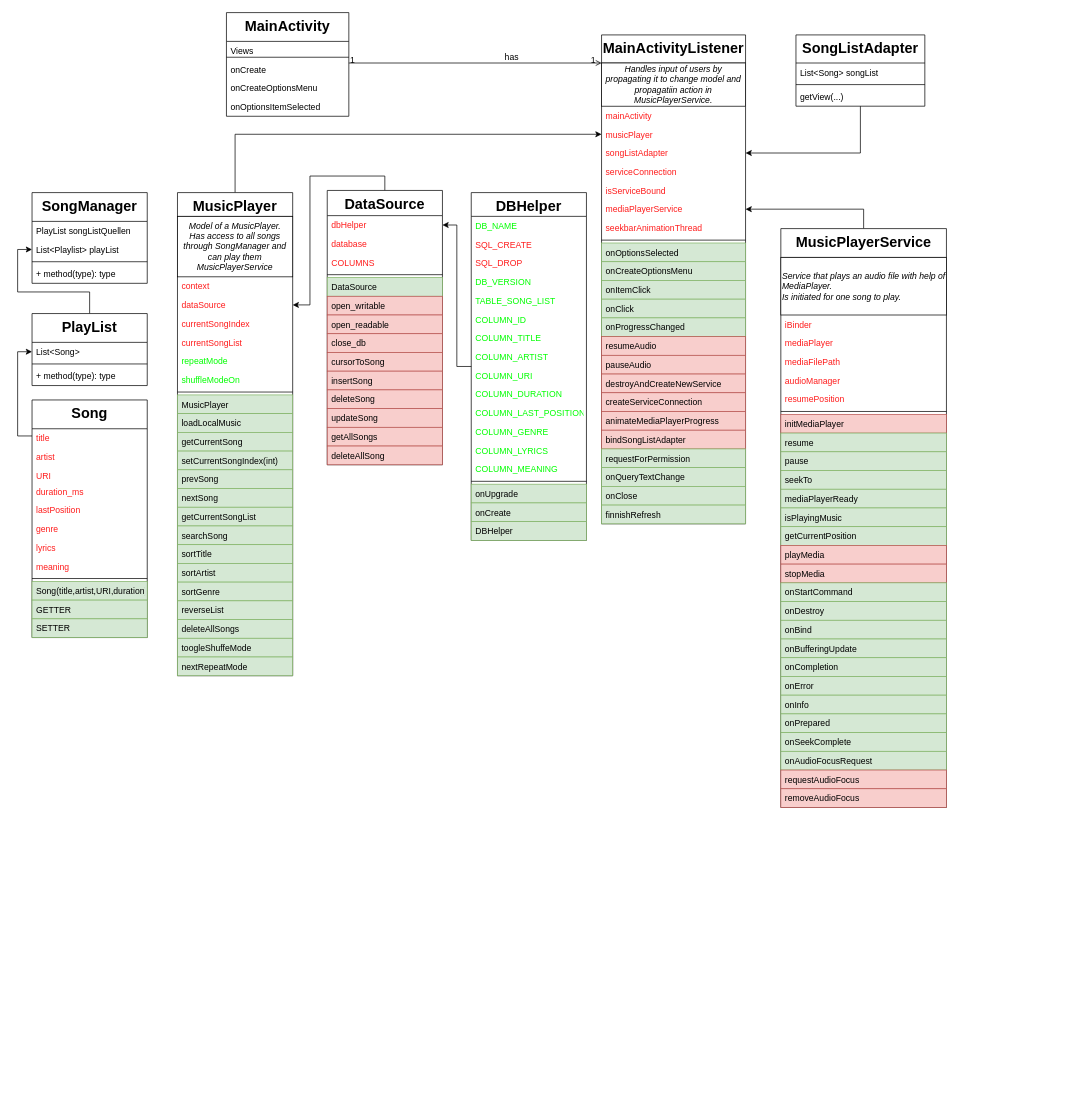
Above: Untitled Diagram.drawio in JohannesGrobelski/MoonstoneMusicPlayer (draw.io), before the change. Source tidied: cells renumbered, new cells numbered last; positions are measured from the earlier drawing's top-left corner, leaving out a move shared by most shapes. Both pictures are drawn from the tidied source at 72%, with x=0, y=0 at pixel (17, 12).
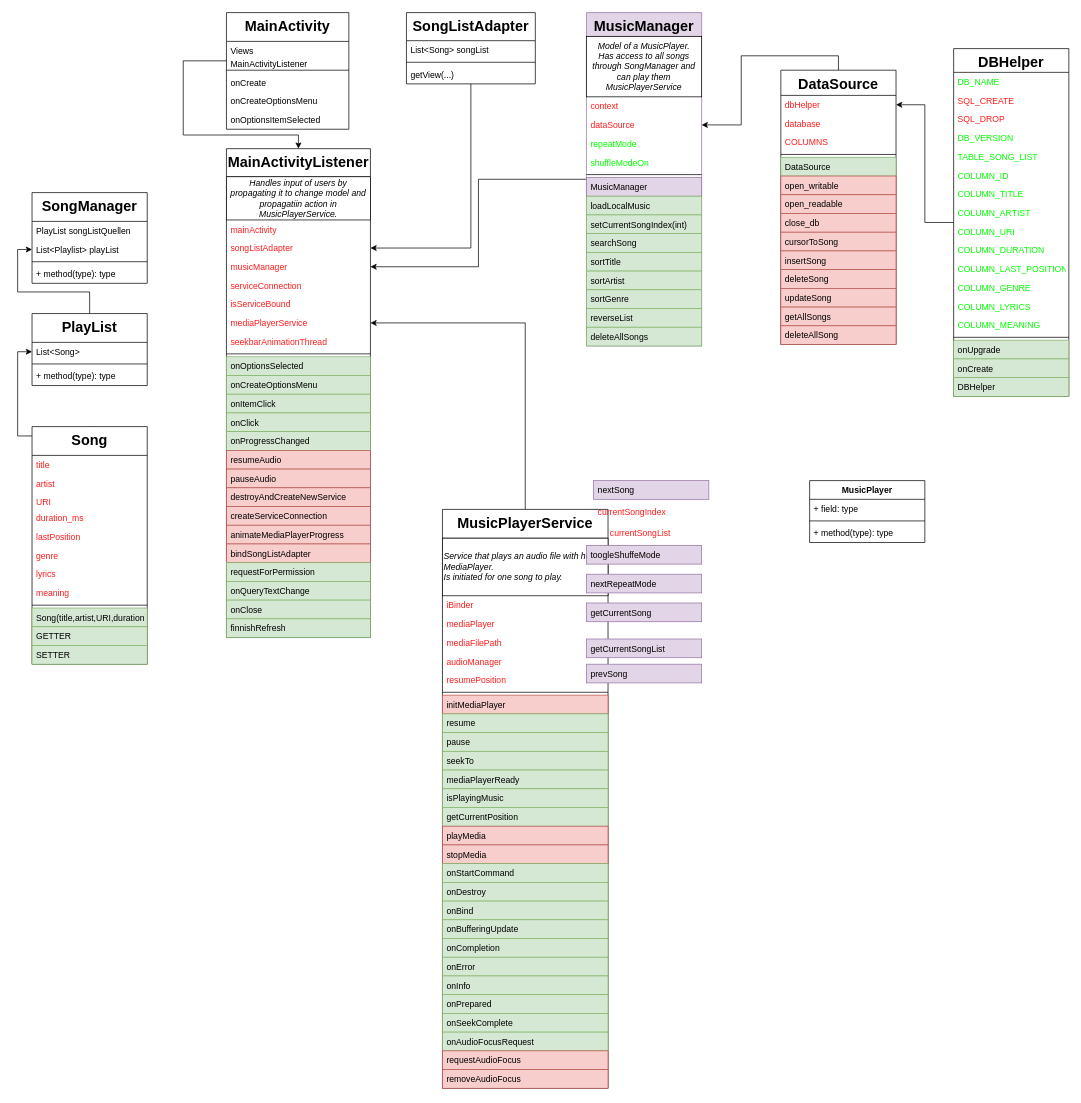
The same page after the edit.

Commit message:
4-trennung musicplayer musicmanager

The change refers to these unchanged cells:
```xml
<mxCell id="104" value="List&lt;Song&gt;" style="text;strokeColor=none;fillColor=none;align=left;verticalAlign=top;spacingLeft=4;spacingRight=4;overflow=hidden;points=[[0,0.5],[1,0.5]];portConstraint=eastwest;" parent="103" vertex="1">
  <mxGeometry y="40" width="160" height="26" as="geometry" />
</mxCell>
```

Change to the diagram source:
```diff
@@
     <mxCell id="2" value="MainActivity" style="swimlane;fontStyle=1;align=center;verticalAlign=top;horizontal=1;startSize=40;rounded=0;shadow=0;strokeWidth=1;fontSize=20;" parent="1" vertex="1">
-      <mxGeometry x="290" width="170" height="144" as="geometry" />
+      <mxGeometry x="290" width="170" height="162" as="geometry" />
     </mxCell>
@@
+    <mxCell id="157" value="MainActivityListener" style="text;align=left;verticalAlign=top;spacingLeft=4;spacingRight=4;overflow=hidden;points=[[0,0.5],[1,0.5]];portConstraint=eastwest;" parent="2" vertex="1">
+      <mxGeometry y="58" width="170" height="18" as="geometry" />
+    </mxCell>
     <mxCell id="4" style="line;html=1;strokeWidth=1;align=left;verticalAlign=middle;spacingTop=-1;spacingLeft=3;spacingRight=3;labelPosition=right;" parent="2" vertex="1">
-      <mxGeometry y="58" width="170" height="8" as="geometry" />
+      <mxGeometry y="76" width="170" height="8" as="geometry" />
     </mxCell>
     <mxCell id="5" value="onCreate&#10;" style="text;align=left;verticalAlign=top;spacingLeft=4;spacingRight=4;overflow=hidden;" parent="2" vertex="1">
-      <mxGeometry y="66" width="170" height="26" as="geometry" />
+      <mxGeometry y="84" width="170" height="26" as="geometry" />
     </mxCell>
     <mxCell id="6" value="onCreateOptionsMenu&#10;&#10;" style="text;align=left;verticalAlign=top;spacingLeft=4;spacingRight=4;overflow=hidden;" parent="2" vertex="1">
-      <mxGeometry y="92" width="170" height="26" as="geometry" />
+      <mxGeometry y="110" width="170" height="26" as="geometry" />
     </mxCell>
     <mxCell id="7" value="onOptionsItemSelected&#10;" style="text;align=left;verticalAlign=top;spacingLeft=4;spacingRight=4;overflow=hidden;" parent="2" vertex="1">
-      <mxGeometry y="118" width="170" height="26" as="geometry" />
+      <mxGeometry y="136" width="170" height="26" as="geometry" />
     </mxCell>
     <mxCell id="8" value="MainActivityListener" style="swimlane;fontStyle=1;align=center;verticalAlign=top;horizontal=1;startSize=39;rounded=0;shadow=0;strokeWidth=1;fontSize=20;" parent="1" vertex="1">
-      <mxGeometry x="811" y="31" width="200" height="679" as="geometry" />
+      <mxGeometry x="290" y="189" width="200" height="679" as="geometry" />
     </mxCell>
@@
+    <mxCell id="12" value="songListAdapter&#10;" style="text;align=left;verticalAlign=top;spacingLeft=4;spacingRight=4;overflow=hidden;points=[[0,0.5],[1,0.5]];portConstraint=eastwest;rounded=0;shadow=0;html=0;fontColor=#FF1C1C;" parent="8" vertex="1">
+      <mxGeometry y="125" width="200" height="26" as="geometry" />
+    </mxCell>
-    <mxCell id="11" value="musicPlayer" style="text;align=left;verticalAlign=top;spacingLeft=4;spacingRight=4;overflow=hidden;points=[[0,0.5],[1,0.5]];portConstraint=eastwest;rounded=0;shadow=0;html=0;fontColor=#FF1C1C;" parent="8" vertex="1">
-      <mxGeometry y="125" width="200" height="26" as="geometry" />
+    <mxCell id="11" value="musicManager" style="text;align=left;verticalAlign=top;spacingLeft=4;spacingRight=4;overflow=hidden;points=[[0,0.5],[1,0.5]];portConstraint=eastwest;rounded=0;shadow=0;html=0;fontColor=#FF1C1C;" parent="8" vertex="1">
+      <mxGeometry y="151" width="200" height="26" as="geometry" />
     </mxCell>
-    <mxCell id="12" value="songListAdapter&#10;" style="text;align=left;verticalAlign=top;spacingLeft=4;spacingRight=4;overflow=hidden;points=[[0,0.5],[1,0.5]];portConstraint=eastwest;rounded=0;shadow=0;html=0;fontColor=#FF1C1C;" parent="8" vertex="1">
-      <mxGeometry y="151" width="200" height="26" as="geometry" />
-    </mxCell>
@@
-    <mxCell id="33" style="endArrow=open;shadow=0;strokeWidth=1;rounded=0;endFill=1;edgeStyle=elbowEdgeStyle;elbow=vertical;" parent="1" edge="1" source="2" target="8">
-      <mxGeometry x="0.5" y="41" relative="1" as="geometry">
-        <Array as="points">
-          <mxPoint x="670" y="70" />
-        </Array>
-        <mxPoint x="-40" y="32" as="offset" />
-      </mxGeometry>
-    </mxCell>
-    <mxCell id="34" value="1" style="align=left;verticalAlign=bottom;labelBackgroundColor=none;fontSize=12;" parent="33" vertex="1">
-      <mxGeometry x="-1" relative="1" as="geometry">
-        <mxPoint y="4" as="offset" />
-      </mxGeometry>
-    </mxCell>
-    <mxCell id="35" value="1" style="align=right;verticalAlign=bottom;labelBackgroundColor=none;fontSize=12;" parent="33" vertex="1">
-      <mxGeometry x="1" relative="1" as="geometry">
-        <mxPoint x="-7" y="4" as="offset" />
-      </mxGeometry>
-    </mxCell>
-    <mxCell id="36" value="has" style="text;html=1;align=center;verticalAlign=middle;labelBackgroundColor=none;rounded=0;shadow=0;strokeWidth=1;fontSize=12;" parent="33" vertex="1">
-      <mxGeometry x="0.5" y="49" relative="1" as="geometry">
-        <mxPoint x="-38" y="40" as="offset" />
-      </mxGeometry>
-    </mxCell>
@@
     <mxCell id="38" value="MusicPlayerService" style="swimlane;fontStyle=1;align=center;verticalAlign=top;horizontal=1;startSize=40;fontSize=20;" parent="1" vertex="1">
-      <mxGeometry x="1060" y="300" width="230" height="804" as="geometry" />
+      <mxGeometry x="590" y="690" width="230" height="804" as="geometry" />
     </mxCell>
@@
-    <mxCell id="68" value="MusicPlayer" style="swimlane;fontStyle=1;align=center;verticalAlign=top;horizontal=1;startSize=33;fontSize=20;" parent="1" vertex="1">
-      <mxGeometry x="222" y="250" width="160" height="671" as="geometry" />
+    <mxCell id="68" value="MusicManager" style="swimlane;fontStyle=1;align=center;verticalAlign=top;horizontal=1;startSize=33;fontSize=20;fillColor=#e1d5e7;strokeColor=#9673a6;" parent="1" vertex="1">
+      <mxGeometry x="790" width="160" height="463" as="geometry" />
     </mxCell>
@@
-    <mxCell id="72" value="currentSongIndex" style="text;align=left;verticalAlign=top;spacingLeft=4;spacingRight=4;overflow=hidden;rounded=0;shadow=0;html=0;fontColor=#FF1C1C;" parent="68" vertex="1">
-      <mxGeometry y="169" width="160" height="26" as="geometry" />
-    </mxCell>
-    <mxCell id="73" value="currentSongList" style="text;align=left;verticalAlign=top;spacingLeft=4;spacingRight=4;overflow=hidden;rounded=0;shadow=0;html=0;fontColor=#FF1C1C;" parent="68" vertex="1">
-      <mxGeometry y="195" width="160" height="26" as="geometry" />
-    </mxCell>
     <mxCell id="74" value="repeatMode" style="text;align=left;verticalAlign=top;spacingLeft=4;spacingRight=4;overflow=hidden;rounded=0;shadow=0;html=0;fontColor=#00FF00;" parent="68" vertex="1">
-      <mxGeometry y="221" width="160" height="26" as="geometry" />
+      <mxGeometry y="169" width="160" height="26" as="geometry" />
     </mxCell>
     <mxCell id="75" value="shuffleModeOn" style="text;align=left;verticalAlign=top;spacingLeft=4;spacingRight=4;overflow=hidden;rounded=0;shadow=0;html=0;fontColor=#00FF00;" parent="68" vertex="1">
-      <mxGeometry y="247" width="160" height="26" as="geometry" />
+      <mxGeometry y="195" width="160" height="26" as="geometry" />
     </mxCell>
     <mxCell id="76" style="line;strokeWidth=1;fillColor=none;align=left;verticalAlign=middle;spacingTop=-1;spacingLeft=3;spacingRight=3;labelPosition=right;" parent="68" vertex="1">
-      <mxGeometry y="273" width="160" height="8" as="geometry" />
+      <mxGeometry y="221" width="160" height="8" as="geometry" />
     </mxCell>
-    <mxCell id="77" value="MusicPlayer" style="text;align=left;verticalAlign=top;spacingLeft=4;spacingRight=4;overflow=hidden;rounded=0;shadow=0;html=0;fillColor=#d5e8d4;strokeColor=#82b366;" parent="68" vertex="1">
-      <mxGeometry y="281" width="160" height="26" as="geometry" />
+    <mxCell id="77" value="MusicManager" style="text;align=left;verticalAlign=top;spacingLeft=4;spacingRight=4;overflow=hidden;rounded=0;shadow=0;html=0;fillColor=#e1d5e7;strokeColor=#9673a6;" parent="68" vertex="1">
+      <mxGeometry y="229" width="160" height="26" as="geometry" />
     </mxCell>
     <mxCell id="78" value="loadLocalMusic" style="text;align=left;verticalAlign=top;spacingLeft=4;spacingRight=4;overflow=hidden;rounded=0;shadow=0;html=0;fillColor=#d5e8d4;strokeColor=#82b366;" parent="68" vertex="1">
-      <mxGeometry y="307" width="160" height="26" as="geometry" />
+      <mxGeometry y="255" width="160" height="26" as="geometry" />
     </mxCell>
-    <mxCell id="79" value="getCurrentSong" style="text;align=left;verticalAlign=top;spacingLeft=4;spacingRight=4;overflow=hidden;rounded=0;shadow=0;html=0;fillColor=#d5e8d4;strokeColor=#82b366;" parent="68" vertex="1">
-      <mxGeometry y="333" width="160" height="26" as="geometry" />
-    </mxCell>
     <mxCell id="80" value="setCurrentSongIndex(int)" style="text;align=left;verticalAlign=top;spacingLeft=4;spacingRight=4;overflow=hidden;rounded=0;shadow=0;html=0;fillColor=#d5e8d4;strokeColor=#82b366;" parent="68" vertex="1">
-      <mxGeometry y="359" width="160" height="26" as="geometry" />
+      <mxGeometry y="281" width="160" height="26" as="geometry" />
     </mxCell>
-    <mxCell id="81" value="prevSong" style="text;align=left;verticalAlign=top;spacingLeft=4;spacingRight=4;overflow=hidden;rounded=0;shadow=0;html=0;fillColor=#d5e8d4;strokeColor=#82b366;" parent="68" vertex="1">
-      <mxGeometry y="385" width="160" height="26" as="geometry" />
-    </mxCell>
-    <mxCell id="82" value="nextSong" style="text;align=left;verticalAlign=top;spacingLeft=4;spacingRight=4;overflow=hidden;rounded=0;shadow=0;html=0;fillColor=#d5e8d4;strokeColor=#82b366;" parent="68" vertex="1">
-      <mxGeometry y="411" width="160" height="26" as="geometry" />
-    </mxCell>
-    <mxCell id="83" value="getCurrentSongList" style="text;align=left;verticalAlign=top;spacingLeft=4;spacingRight=4;overflow=hidden;rounded=0;shadow=0;html=0;fillColor=#d5e8d4;strokeColor=#82b366;" parent="68" vertex="1">
-      <mxGeometry y="437" width="160" height="26" as="geometry" />
-    </mxCell>
     <mxCell id="84" value="searchSong&#10;" style="text;align=left;verticalAlign=top;spacingLeft=4;spacingRight=4;overflow=hidden;rounded=0;shadow=0;html=0;fillColor=#d5e8d4;strokeColor=#82b366;" parent="68" vertex="1">
-      <mxGeometry y="463" width="160" height="26" as="geometry" />
+      <mxGeometry y="307" width="160" height="26" as="geometry" />
     </mxCell>
     <mxCell id="85" value="sortTitle" style="text;align=left;verticalAlign=top;spacingLeft=4;spacingRight=4;overflow=hidden;rounded=0;shadow=0;html=0;fillColor=#d5e8d4;strokeColor=#82b366;" parent="68" vertex="1">
-      <mxGeometry y="489" width="160" height="26" as="geometry" />
+      <mxGeometry y="333" width="160" height="26" as="geometry" />
     </mxCell>
     <mxCell id="86" value="sortArtist" style="text;align=left;verticalAlign=top;spacingLeft=4;spacingRight=4;overflow=hidden;rounded=0;shadow=0;html=0;fillColor=#d5e8d4;strokeColor=#82b366;" parent="68" vertex="1">
-      <mxGeometry y="515" width="160" height="26" as="geometry" />
+      <mxGeometry y="359" width="160" height="26" as="geometry" />
     </mxCell>
     <mxCell id="87" value="sortGenre" style="text;align=left;verticalAlign=top;spacingLeft=4;spacingRight=4;overflow=hidden;rounded=0;shadow=0;html=0;fillColor=#d5e8d4;strokeColor=#82b366;" parent="68" vertex="1">
-      <mxGeometry y="541" width="160" height="26" as="geometry" />
+      <mxGeometry y="385" width="160" height="26" as="geometry" />
     </mxCell>
     <mxCell id="88" value="reverseList" style="text;align=left;verticalAlign=top;spacingLeft=4;spacingRight=4;overflow=hidden;rounded=0;shadow=0;html=0;fillColor=#d5e8d4;strokeColor=#82b366;" parent="68" vertex="1">
-      <mxGeometry y="567" width="160" height="26" as="geometry" />
+      <mxGeometry y="411" width="160" height="26" as="geometry" />
     </mxCell>
     <mxCell id="89" value="deleteAllSongs" style="text;align=left;verticalAlign=top;spacingLeft=4;spacingRight=4;overflow=hidden;rounded=0;shadow=0;html=0;fillColor=#d5e8d4;strokeColor=#82b366;" parent="68" vertex="1">
-      <mxGeometry y="593" width="160" height="26" as="geometry" />
+      <mxGeometry y="437" width="160" height="26" as="geometry" />
     </mxCell>
-    <mxCell id="90" value="toogleShuffeMode&#10;" style="text;align=left;verticalAlign=top;spacingLeft=4;spacingRight=4;overflow=hidden;rounded=0;shadow=0;html=0;fillColor=#d5e8d4;strokeColor=#82b366;" parent="68" vertex="1">
-      <mxGeometry y="619" width="160" height="26" as="geometry" />
-    </mxCell>
-    <mxCell id="91" value="nextRepeatMode" style="text;align=left;verticalAlign=top;spacingLeft=4;spacingRight=4;overflow=hidden;rounded=0;shadow=0;html=0;fillColor=#d5e8d4;strokeColor=#82b366;" parent="68" vertex="1">
-      <mxGeometry y="645" width="160" height="26" as="geometry" />
-    </mxCell>
@@
     <mxCell id="98" value="SongListAdapter" style="swimlane;fontStyle=1;align=center;verticalAlign=top;horizontal=1;startSize=39;fontSize=20;" parent="1" vertex="1">
-      <mxGeometry x="1081" y="31" width="179" height="99" as="geometry" />
+      <mxGeometry x="540" width="179" height="99" as="geometry" />
     </mxCell>
@@
-    <mxCell id="107" style="edgeStyle=orthogonalEdgeStyle;rounded=0;jettySize=auto;html=1;entryX=0;entryY=0.5;entryDx=0;entryDy=0;" parent="1" edge="1" source="108" target="104">
+    <mxCell id="107" style="edgeStyle=orthogonalEdgeStyle;rounded=0;jettySize=auto;html=1;entryX=0;entryY=0.5;entryDx=0;entryDy=0;exitX=0.5;exitY=0;exitDx=0;exitDy=0;" parent="1" edge="1" source="108" target="104">
       <mxGeometry relative="1" as="geometry">
         <Array as="points">
+          <mxPoint x="100" y="600" />
           <mxPoint x="100" y="588" />
           <mxPoint y="588" />
           <mxPoint y="471" />
         </Array>
       </mxGeometry>
     </mxCell>
     <mxCell id="108" value="Song" style="swimlane;fontStyle=1;align=center;verticalAlign=top;horizontal=1;startSize=40;fontSize=20;" parent="1" vertex="1">
-      <mxGeometry x="20" y="538" width="160" height="330" as="geometry" />
+      <mxGeometry x="20" y="575" width="160" height="330" as="geometry" />
     </mxCell>
@@
     <mxCell id="122" value="DataSource" style="swimlane;fontStyle=1;align=center;verticalAlign=top;horizontal=1;startSize=35;fontSize=20;" parent="1" vertex="1">
-      <mxGeometry x="430" y="247" width="160" height="381" as="geometry" />
+      <mxGeometry x="1060" y="80" width="160" height="381" as="geometry" />
     </mxCell>
@@
     <mxCell id="138" value="DBHelper" style="swimlane;fontStyle=1;align=center;verticalAlign=top;horizontal=1;startSize=33;strokeWidth=1;fontSize=20;fontColor=#000000;" parent="1" vertex="1">
-      <mxGeometry x="630" y="250" width="160" height="483" as="geometry" />
+      <mxGeometry x="1300" y="50" width="160" height="483" as="geometry" />
     </mxCell>
@@
+    <mxCell id="158" style="edgeStyle=orthogonalEdgeStyle;rounded=0;jettySize=auto;html=1;" parent="1" edge="1" source="157" target="8">
+      <mxGeometry relative="1" as="geometry">
+        <Array as="points">
+          <mxPoint x="230" y="67" />
+          <mxPoint x="230" y="170" />
+          <mxPoint x="390" y="170" />
+        </Array>
+      </mxGeometry>
+    </mxCell>
+    <mxCell id="81" value="prevSong" style="text;align=left;verticalAlign=top;spacingLeft=4;spacingRight=4;overflow=hidden;rounded=0;shadow=0;html=0;fillColor=#e1d5e7;strokeColor=#9673a6;" parent="1" vertex="1">
+      <mxGeometry x="790" y="905" width="160" height="26" as="geometry" />
+    </mxCell>
+    <mxCell id="83" value="getCurrentSongList" style="text;align=left;verticalAlign=top;spacingLeft=4;spacingRight=4;overflow=hidden;rounded=0;shadow=0;html=0;fillColor=#e1d5e7;strokeColor=#9673a6;" parent="1" vertex="1">
+      <mxGeometry x="790" y="870" width="160" height="26" as="geometry" />
+    </mxCell>
+    <mxCell id="79" value="getCurrentSong" style="text;align=left;verticalAlign=top;spacingLeft=4;spacingRight=4;overflow=hidden;rounded=0;shadow=0;html=0;fillColor=#e1d5e7;strokeColor=#9673a6;" parent="1" vertex="1">
+      <mxGeometry x="790" y="820" width="160" height="26" as="geometry" />
+    </mxCell>
+    <mxCell id="91" value="nextRepeatMode" style="text;align=left;verticalAlign=top;spacingLeft=4;spacingRight=4;overflow=hidden;rounded=0;shadow=0;html=0;fillColor=#e1d5e7;strokeColor=#9673a6;" parent="1" vertex="1">
+      <mxGeometry x="790" y="780" width="160" height="26" as="geometry" />
+    </mxCell>
+    <mxCell id="90" value="toogleShuffeMode&#10;" style="text;align=left;verticalAlign=top;spacingLeft=4;spacingRight=4;overflow=hidden;rounded=0;shadow=0;html=0;fillColor=#e1d5e7;strokeColor=#9673a6;" parent="1" vertex="1">
+      <mxGeometry x="790" y="740" width="160" height="26" as="geometry" />
+    </mxCell>
+    <mxCell id="73" value="currentSongList" style="text;align=left;verticalAlign=top;spacingLeft=4;spacingRight=4;overflow=hidden;rounded=0;shadow=0;html=0;fontColor=#FF1C1C;" parent="1" vertex="1">
+      <mxGeometry x="817" y="710" width="160" height="26" as="geometry" />
+    </mxCell>
+    <mxCell id="72" value="currentSongIndex" style="text;align=left;verticalAlign=top;spacingLeft=4;spacingRight=4;overflow=hidden;rounded=0;shadow=0;html=0;fontColor=#FF1C1C;" parent="1" vertex="1">
+      <mxGeometry x="800" y="680" width="160" height="26" as="geometry" />
+    </mxCell>
+    <mxCell id="82" value="nextSong" style="text;align=left;verticalAlign=top;spacingLeft=4;spacingRight=4;overflow=hidden;rounded=0;shadow=0;html=0;fillColor=#e1d5e7;strokeColor=#9673a6;" parent="1" vertex="1">
+      <mxGeometry x="800" y="650" width="160" height="26" as="geometry" />
+    </mxCell>
+    <mxCell id="159" value="MusicPlayer&#10;" style="swimlane;fontStyle=1;align=center;verticalAlign=top;horizontal=1;startSize=26;" parent="1" vertex="1">
+      <mxGeometry x="1100" y="650" width="160" height="86" as="geometry" />
+    </mxCell>
+    <mxCell id="160" value="+ field: type" style="text;strokeColor=none;fillColor=none;align=left;verticalAlign=top;spacingLeft=4;spacingRight=4;overflow=hidden;" parent="159" vertex="1">
+      <mxGeometry y="26" width="160" height="26" as="geometry" />
+    </mxCell>
+    <mxCell id="161" style="line;strokeWidth=1;fillColor=none;align=left;verticalAlign=middle;spacingTop=-1;spacingLeft=3;spacingRight=3;labelPosition=right;" parent="159" vertex="1">
+      <mxGeometry y="52" width="160" height="8" as="geometry" />
+    </mxCell>
+    <mxCell id="162" value="+ method(type): type" style="text;strokeColor=none;fillColor=none;align=left;verticalAlign=top;spacingLeft=4;spacingRight=4;overflow=hidden;" parent="159" vertex="1">
+      <mxGeometry y="60" width="160" height="26" as="geometry" />
+    </mxCell>
```
